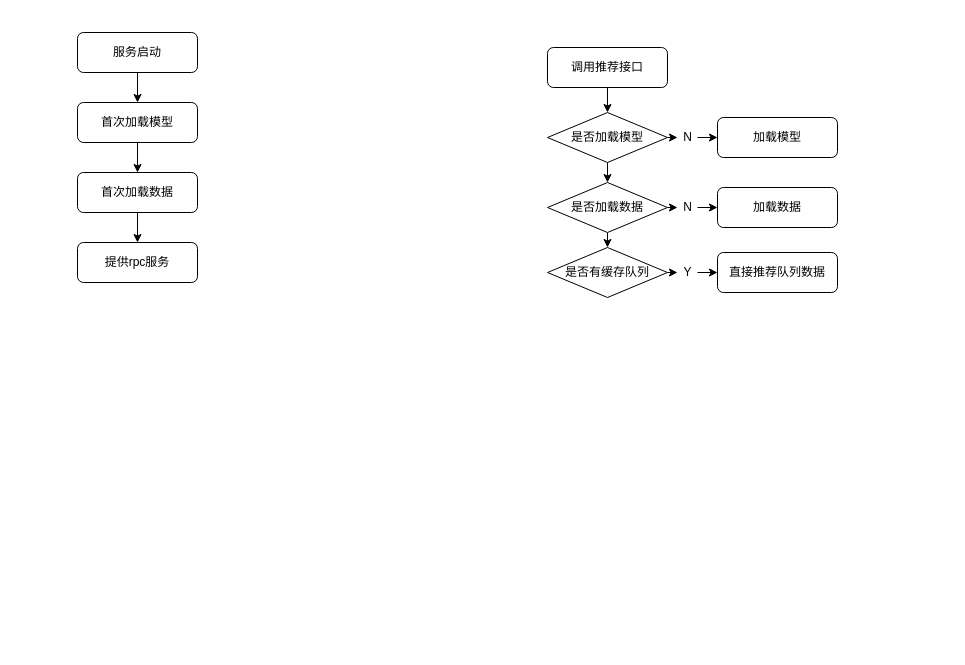
wangjie5540/drawio keeps this draw.io diagram as 掌通家园-信息流推荐-排序服务流程图.drawio. Above is the earlier version. Source tidied: cells renumbered, new cells numbered last; positions are measured from the earlier drawing's top-left corner, leaving out a move shared by most shapes. Both pictures are drawn from the tidied source at 100%, with x=0, y=0 at pixel (77, 32).
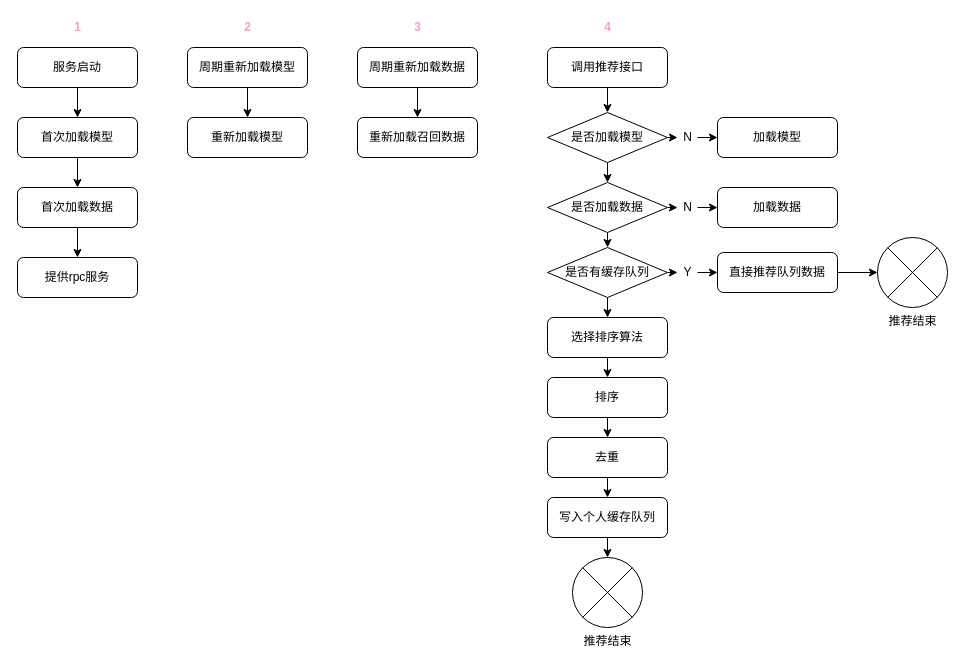
Above is the later version.

Commit message (it also covers changes not shown here):
更新掌通家园-信息流推荐-排序服务流程图.drawio

The change refers to these unchanged cells:
```xml
<mxCell id="24" value="是否有缓存队列" style="rhombus;whiteSpace=wrap;html=1;" parent="1" vertex="1">
  <mxGeometry x="470" y="215" width="120" height="50" as="geometry" />
</mxCell>
<mxCell id="25" value="直接推荐队列数据" style="rounded=1;whiteSpace=wrap;html=1;fontSize=12;glass=0;strokeWidth=1;shadow=0;" parent="1" vertex="1">
  <mxGeometry x="640" y="220" width="120" height="40" as="geometry" />
</mxCell>
```

The edit, as a diff of the source:
```diff
@@
     <mxCell id="3" value="服务启动" style="rounded=1;whiteSpace=wrap;html=1;fontSize=12;glass=0;strokeWidth=1;shadow=0;" parent="1" vertex="1">
-      <mxGeometry width="120" height="40" as="geometry" />
+      <mxGeometry x="-60" y="15" width="120" height="40" as="geometry" />
     </mxCell>
@@
     <mxCell id="5" value="首次加载模型" style="rounded=1;whiteSpace=wrap;html=1;fontSize=12;glass=0;strokeWidth=1;shadow=0;" parent="1" vertex="1">
-      <mxGeometry y="70" width="120" height="40" as="geometry" />
+      <mxGeometry x="-60" y="85" width="120" height="40" as="geometry" />
     </mxCell>
@@
     <mxCell id="7" value="首次加载数据" style="rounded=1;whiteSpace=wrap;html=1;fontSize=12;glass=0;strokeWidth=1;shadow=0;" parent="1" vertex="1">
-      <mxGeometry y="140" width="120" height="40" as="geometry" />
+      <mxGeometry x="-60" y="155" width="120" height="40" as="geometry" />
     </mxCell>
     <mxCell id="8" value="提供rpc服务" style="rounded=1;whiteSpace=wrap;html=1;fontSize=12;glass=0;strokeWidth=1;shadow=0;" parent="1" vertex="1">
-      <mxGeometry y="210" width="120" height="40" as="geometry" />
+      <mxGeometry x="-60" y="225" width="120" height="40" as="geometry" />
     </mxCell>
@@
+    <mxCell id="28" style="edgeStyle=orthogonalEdgeStyle;rounded=0;jettySize=auto;html=1;exitX=0.5;exitY=1;exitDx=0;exitDy=0;entryX=0.5;entryY=0;entryDx=0;entryDy=0;" parent="1" edge="1" source="24" target="31">
+      <mxGeometry relative="1" as="geometry" />
+    </mxCell>
@@
+    <mxCell id="29" style="edgeStyle=orthogonalEdgeStyle;rounded=0;jettySize=auto;html=1;" parent="1" edge="1" source="25" target="32">
+      <mxGeometry relative="1" as="geometry" />
+    </mxCell>
@@
+    <mxCell id="30" style="edgeStyle=orthogonalEdgeStyle;rounded=0;jettySize=auto;html=1;exitX=0.5;exitY=1;exitDx=0;exitDy=0;entryX=0.5;entryY=0;entryDx=0;entryDy=0;" parent="1" edge="1" source="31" target="34">
+      <mxGeometry relative="1" as="geometry" />
+    </mxCell>
+    <mxCell id="31" value="选择排序算法" style="rounded=1;whiteSpace=wrap;html=1;fontSize=12;glass=0;strokeWidth=1;shadow=0;" parent="1" vertex="1">
+      <mxGeometry x="470" y="285" width="120" height="40" as="geometry" />
+    </mxCell>
+    <mxCell id="32" value="推荐结束" style="verticalLabelPosition=bottom;verticalAlign=top;html=1;shape=mxgraph.flowchart.or;" parent="1" vertex="1">
+      <mxGeometry x="800" y="205" width="70" height="70" as="geometry" />
+    </mxCell>
+    <mxCell id="33" style="edgeStyle=orthogonalEdgeStyle;rounded=0;jettySize=auto;html=1;exitX=0.5;exitY=1;exitDx=0;exitDy=0;entryX=0.5;entryY=0;entryDx=0;entryDy=0;" parent="1" edge="1" source="34" target="36">
+      <mxGeometry relative="1" as="geometry" />
+    </mxCell>
+    <mxCell id="34" value="排序" style="rounded=1;whiteSpace=wrap;html=1;fontSize=12;glass=0;strokeWidth=1;shadow=0;" parent="1" vertex="1">
+      <mxGeometry x="470" y="345" width="120" height="40" as="geometry" />
+    </mxCell>
+    <mxCell id="35" style="edgeStyle=orthogonalEdgeStyle;rounded=0;jettySize=auto;html=1;exitX=0.5;exitY=1;exitDx=0;exitDy=0;entryX=0.5;entryY=0;entryDx=0;entryDy=0;" parent="1" edge="1" source="36" target="38">
+      <mxGeometry relative="1" as="geometry" />
+    </mxCell>
+    <mxCell id="36" value="去重" style="rounded=1;whiteSpace=wrap;html=1;fontSize=12;glass=0;strokeWidth=1;shadow=0;" parent="1" vertex="1">
+      <mxGeometry x="470" y="405" width="120" height="40" as="geometry" />
+    </mxCell>
+    <mxCell id="37" style="edgeStyle=orthogonalEdgeStyle;rounded=0;jettySize=auto;html=1;exitX=0.5;exitY=1;exitDx=0;exitDy=0;entryX=0.5;entryY=0;entryDx=0;entryDy=0;entryPerimeter=0;fontColor=#FF99CC;" parent="1" edge="1" source="38" target="49">
+      <mxGeometry relative="1" as="geometry" />
+    </mxCell>
+    <mxCell id="38" value="写入个人缓存队列" style="rounded=1;whiteSpace=wrap;html=1;fontSize=12;glass=0;strokeWidth=1;shadow=0;" parent="1" vertex="1">
+      <mxGeometry x="470" y="465" width="120" height="40" as="geometry" />
+    </mxCell>
+    <mxCell id="39" style="edgeStyle=orthogonalEdgeStyle;rounded=0;jettySize=auto;html=1;exitX=0.5;exitY=1;exitDx=0;exitDy=0;entryX=0.5;entryY=0;entryDx=0;entryDy=0;" parent="1" edge="1" source="40" target="41">
+      <mxGeometry relative="1" as="geometry" />
+    </mxCell>
+    <mxCell id="40" value="周期重新加载模型" style="rounded=1;whiteSpace=wrap;html=1;fontSize=12;glass=0;strokeWidth=1;shadow=0;" parent="1" vertex="1">
+      <mxGeometry x="110" y="15" width="120" height="40" as="geometry" />
+    </mxCell>
+    <mxCell id="41" value="重新加载模型" style="rounded=1;whiteSpace=wrap;html=1;fontSize=12;glass=0;strokeWidth=1;shadow=0;" parent="1" vertex="1">
+      <mxGeometry x="110" y="85" width="120" height="40" as="geometry" />
+    </mxCell>
+    <mxCell id="42" style="edgeStyle=orthogonalEdgeStyle;rounded=0;jettySize=auto;html=1;exitX=0.5;exitY=1;exitDx=0;exitDy=0;entryX=0.5;entryY=0;entryDx=0;entryDy=0;" parent="1" edge="1" source="43" target="44">
+      <mxGeometry relative="1" as="geometry" />
+    </mxCell>
+    <mxCell id="43" value="周期重新加载数据" style="rounded=1;whiteSpace=wrap;html=1;fontSize=12;glass=0;strokeWidth=1;shadow=0;" parent="1" vertex="1">
+      <mxGeometry x="280" y="15" width="120" height="40" as="geometry" />
+    </mxCell>
+    <mxCell id="44" value="重新加载召回数据" style="rounded=1;whiteSpace=wrap;html=1;fontSize=12;glass=0;strokeWidth=1;shadow=0;" parent="1" vertex="1">
+      <mxGeometry x="280" y="85" width="120" height="40" as="geometry" />
+    </mxCell>
+    <mxCell id="45" value="1" style="text;html=1;align=center;verticalAlign=middle;fontColor=#FF99CC;fontStyle=1;" parent="1" vertex="1">
+      <mxGeometry x="-10" y="-15" width="20" height="20" as="geometry" />
+    </mxCell>
+    <mxCell id="46" value="2" style="text;html=1;align=center;verticalAlign=middle;fontColor=#FF99CC;fontStyle=1;" parent="1" vertex="1">
+      <mxGeometry x="160" y="-15" width="20" height="20" as="geometry" />
+    </mxCell>
+    <mxCell id="47" value="3" style="text;html=1;align=center;verticalAlign=middle;fontColor=#FF99CC;fontStyle=1;" parent="1" vertex="1">
+      <mxGeometry x="330" y="-15" width="20" height="20" as="geometry" />
+    </mxCell>
+    <mxCell id="48" value="4" style="text;html=1;align=center;verticalAlign=middle;fontColor=#FF99CC;fontStyle=1;" parent="1" vertex="1">
+      <mxGeometry x="520" y="-15" width="20" height="20" as="geometry" />
+    </mxCell>
+    <mxCell id="49" value="推荐结束" style="verticalLabelPosition=bottom;verticalAlign=top;html=1;shape=mxgraph.flowchart.or;" parent="1" vertex="1">
+      <mxGeometry x="495" y="525" width="70" height="70" as="geometry" />
+    </mxCell>
```
